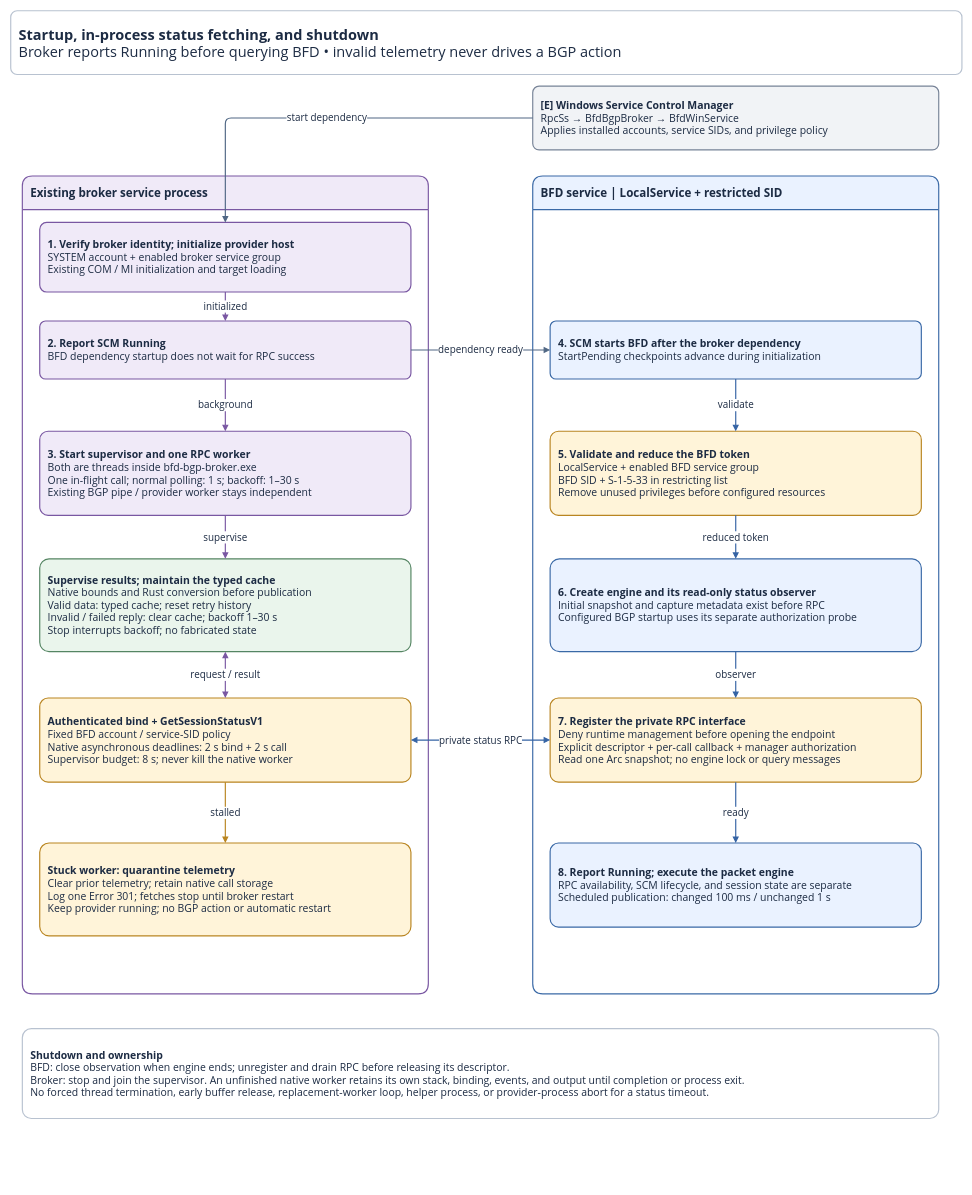
The draw.io diagram page "2 Service lifecycle" (2 of 3) of docs/service-communication.drawio in miketheitguy/bfd-winservice, before the edit. Source tidied: cells renumbered, new cells numbered last; positions are measured from the earlier drawing's top-left corner, leaving out a move shared by most shapes. Both pictures are drawn from the tidied source at 58%, with x=0, y=0 at pixel (10, 10).
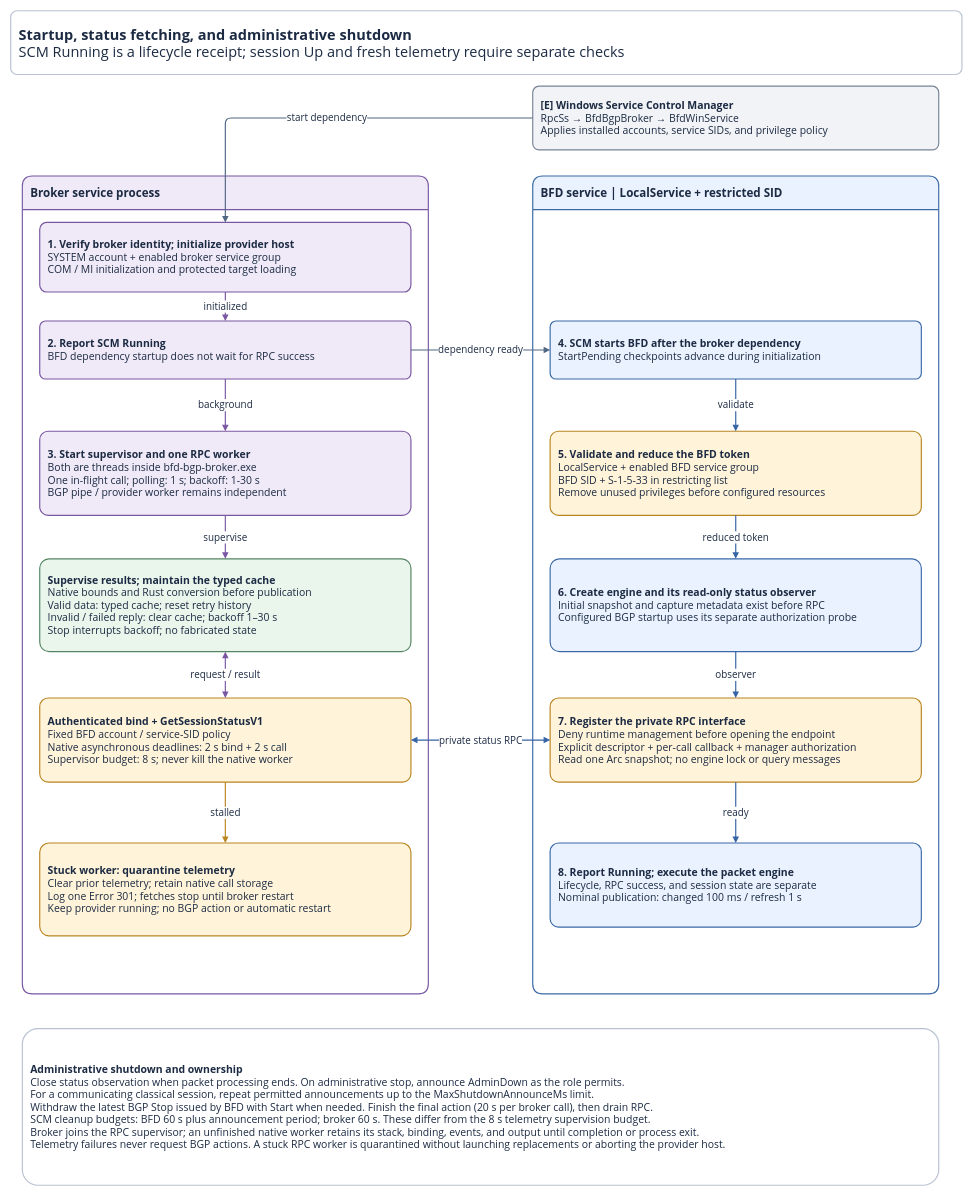
After the change.

The change refers to these unchanged cells:
```xml
<mxCell id="5" value="&lt;b&gt;BFD service | LocalService + restricted SID&lt;/b&gt;" style="rounded=1;arcSize=10;whiteSpace=wrap;html=1;fillColor=#EAF2FF;strokeColor=#3A69A6;strokeWidth=2;fontFamily=Segoe UI;fontSize=20;fontColor=#1C2B43;spacing=14;align=left;verticalAlign=middle;shape=swimlane;startSize=58;horizontal=1;swimlaneLine=1;" parent="1" vertex="1">
  <mxGeometry x="900" y="285" width="700" height="1410" as="geometry" />
</mxCell>
```

Change to the diagram source:
```diff
@@
-    <mxCell id="2" value="&lt;b&gt;Startup, in-process status fetching, and shutdown&lt;/b&gt;&lt;br&gt;Broker reports Running before querying BFD • invalid telemetry never drives a BGP action" style="rounded=1;arcSize=10;whiteSpace=wrap;html=1;fillColor=#FFFFFF;strokeColor=#B8C2D0;strokeWidth=2;fontFamily=Segoe UI;fontSize=25;fontColor=#1C2B43;spacing=14;align=left;verticalAlign=middle;" parent="1" vertex="1">
+    <mxCell id="2" value="&lt;b&gt;Startup, status fetching, and administrative shutdown&lt;/b&gt;&lt;br&gt;SCM Running is a lifecycle receipt; session Up and fresh telemetry require separate checks" style="rounded=1;arcSize=10;whiteSpace=wrap;html=1;fillColor=#FFFFFF;strokeColor=#B8C2D0;strokeWidth=2;fontFamily=Segoe UI;fontSize=25;fontColor=#1C2B43;spacing=14;align=left;verticalAlign=middle;" parent="1" vertex="1">
       <mxGeometry width="1640" height="110" as="geometry" />
     </mxCell>
@@
-    <mxCell id="4" value="&lt;b&gt;Existing broker service process&lt;/b&gt;" style="rounded=1;arcSize=10;whiteSpace=wrap;html=1;fillColor=#F0EAF8;strokeColor=#7957A2;strokeWidth=2;fontFamily=Segoe UI;fontSize=20;fontColor=#1C2B43;spacing=14;align=left;verticalAlign=middle;shape=swimlane;startSize=58;horizontal=1;swimlaneLine=1;" parent="1" vertex="1">
+    <mxCell id="4" value="&lt;b&gt;Broker service process&lt;/b&gt;" style="rounded=1;arcSize=10;whiteSpace=wrap;html=1;fillColor=#F0EAF8;strokeColor=#7957A2;strokeWidth=2;fontFamily=Segoe UI;fontSize=20;fontColor=#1C2B43;spacing=14;align=left;verticalAlign=middle;shape=swimlane;startSize=58;horizontal=1;swimlaneLine=1;" parent="1" vertex="1">
       <mxGeometry x="20" y="285" width="700" height="1410" as="geometry" />
     </mxCell>
@@
-    <mxCell id="6" value="&lt;b&gt;1. Verify broker identity; initialize provider host&lt;/b&gt;&lt;br&gt;SYSTEM account + enabled broker service group&lt;br&gt;Existing COM / MI initialization and target loading" style="rounded=1;arcSize=10;whiteSpace=wrap;html=1;fillColor=#F0EAF8;strokeColor=#7957A2;strokeWidth=2;fontFamily=Segoe UI;fontSize=18;fontColor=#1C2B43;spacing=14;align=left;verticalAlign=middle;" parent="4" vertex="1">
+    <mxCell id="6" value="&lt;b&gt;1. Verify broker identity; initialize provider host&lt;/b&gt;&lt;br&gt;SYSTEM account + enabled broker service group&lt;br&gt;COM / MI initialization and protected target loading" style="rounded=1;arcSize=10;whiteSpace=wrap;html=1;fillColor=#F0EAF8;strokeColor=#7957A2;strokeWidth=2;fontFamily=Segoe UI;fontSize=18;fontColor=#1C2B43;spacing=14;align=left;verticalAlign=middle;" parent="4" vertex="1">
       <mxGeometry x="30" y="80" width="640" height="120" as="geometry" />
     </mxCell>
@@
-    <mxCell id="8" value="&lt;b&gt;3. Start supervisor and one RPC worker&lt;/b&gt;&lt;br&gt;Both are threads inside bfd-bgp-broker.exe&lt;br&gt;One in-flight call; normal polling: 1 s; backoff: 1–30 s&lt;br&gt;Existing BGP pipe / provider worker stays independent" style="rounded=1;arcSize=10;whiteSpace=wrap;html=1;fillColor=#F0EAF8;strokeColor=#7957A2;strokeWidth=2;fontFamily=Segoe UI;fontSize=18;fontColor=#1C2B43;spacing=14;align=left;verticalAlign=middle;" parent="4" vertex="1">
+    <mxCell id="8" value="&lt;b&gt;3. Start supervisor and one RPC worker&lt;/b&gt;&lt;br&gt;Both are threads inside bfd-bgp-broker.exe&lt;br&gt;One in-flight call; polling: 1 s; backoff: 1-30 s&lt;br&gt;BGP pipe / provider worker remains independent" style="rounded=1;arcSize=10;whiteSpace=wrap;html=1;fillColor=#F0EAF8;strokeColor=#7957A2;strokeWidth=2;fontFamily=Segoe UI;fontSize=18;fontColor=#1C2B43;spacing=14;align=left;verticalAlign=middle;" parent="4" vertex="1">
       <mxGeometry x="30" y="440" width="640" height="145" as="geometry" />
     </mxCell>
@@
-    <mxCell id="16" value="&lt;b&gt;8. Report Running; execute the packet engine&lt;/b&gt;&lt;br&gt;RPC availability, SCM lifecycle, and session state are separate&lt;br&gt;Scheduled publication: changed 100 ms / unchanged 1 s" style="rounded=1;arcSize=10;whiteSpace=wrap;html=1;fillColor=#EAF2FF;strokeColor=#3A69A6;strokeWidth=2;fontFamily=Segoe UI;fontSize=18;fontColor=#1C2B43;spacing=14;align=left;verticalAlign=middle;" parent="5" vertex="1">
+    <mxCell id="16" value="&lt;b&gt;8. Report Running; execute the packet engine&lt;/b&gt;&lt;br&gt;Lifecycle, RPC success, and session state are separate&lt;br&gt;Nominal publication: changed 100 ms / refresh 1 s" style="rounded=1;arcSize=10;whiteSpace=wrap;html=1;fillColor=#EAF2FF;strokeColor=#3A69A6;strokeWidth=2;fontFamily=Segoe UI;fontSize=18;fontColor=#1C2B43;spacing=14;align=left;verticalAlign=middle;" parent="5" vertex="1">
       <mxGeometry x="30" y="1150" width="640" height="145" as="geometry" />
     </mxCell>
@@
-    <mxCell id="29" value="&lt;b&gt;Shutdown and ownership&lt;/b&gt;&lt;br&gt;BFD: close observation when engine ends; unregister and drain RPC before releasing its descriptor.&lt;br&gt;Broker: stop and join the supervisor. An unfinished native worker retains its own stack, binding, events, and output until completion or process exit.&lt;br&gt;No forced thread termination, early buffer release, replacement-worker loop, helper process, or provider-process abort for a status timeout." style="rounded=1;arcSize=10;whiteSpace=wrap;html=1;fillColor=#FFFFFF;strokeColor=#B8C2D0;strokeWidth=2;fontFamily=Segoe UI;fontSize=18;fontColor=#1C2B43;spacing=14;align=left;verticalAlign=middle;" parent="1" vertex="1">
-      <mxGeometry x="20" y="1755" width="1580" height="155" as="geometry" />
+    <mxCell id="29" value="&lt;b&gt;Administrative shutdown and ownership&lt;/b&gt;&lt;br&gt;Close status observation when packet processing ends. On administrative stop, announce AdminDown as the role permits.&lt;br&gt;For a communicating classical session, repeat permitted announcements up to the MaxShutdownAnnounceMs limit.&lt;br&gt;Withdraw the latest BGP Stop issued by BFD with Start when needed. Finish the final action (20 s per broker call), then drain RPC.&lt;br&gt;SCM cleanup budgets: BFD 60 s plus announcement period; broker 60 s. These differ from the 8 s telemetry supervision budget.&lt;br&gt;Broker joins the RPC supervisor; an unfinished native worker retains its stack, binding, events, and output until completion or process exit.&lt;br&gt;Telemetry failures never request BGP actions. A stuck RPC worker is quarantined without launching replacements or aborting the provider host." style="rounded=1;arcSize=10;whiteSpace=wrap;html=1;fillColor=#FFFFFF;strokeColor=#B8C2D0;strokeWidth=2;fontFamily=Segoe UI;fontSize=18;fontColor=#1C2B43;spacing=14;align=left;verticalAlign=middle;" parent="1" vertex="1">
+      <mxGeometry x="20" y="1755" width="1580" height="270" as="geometry" />
     </mxCell>
```
